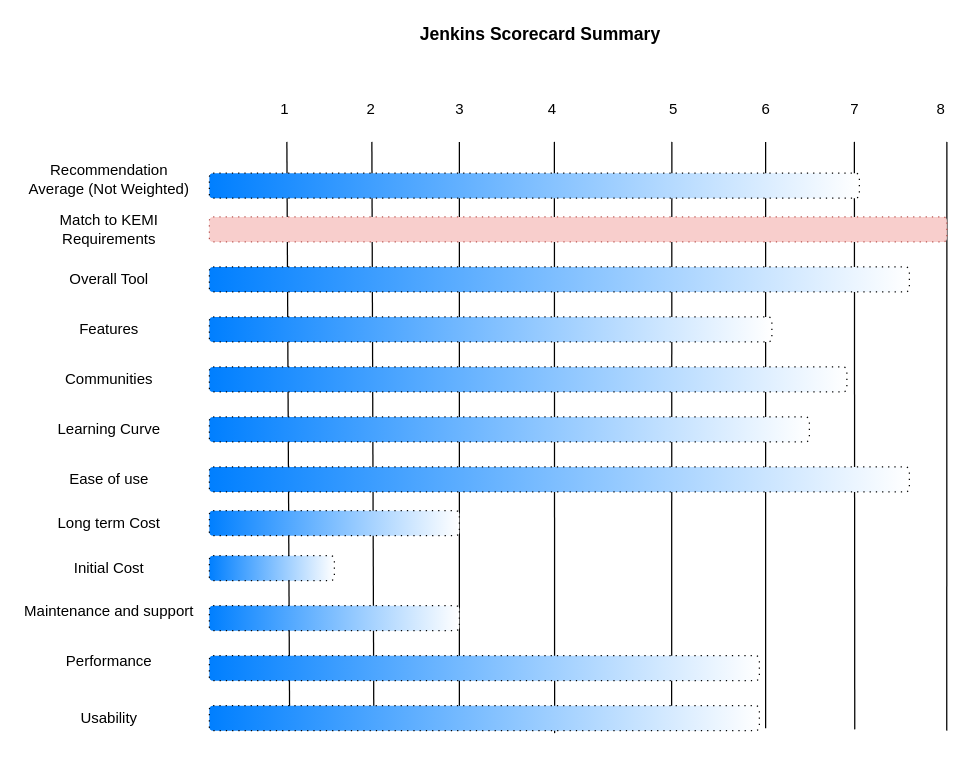
The draw.io diagram Untitled Diagram.drawio in bsk1072/Anand, before the edit. Source tidied: cells renumbered, new cells numbered last; positions are measured from the earlier drawing's top-left corner, leaving out a move shared by most shapes. Both pictures are drawn from the tidied source at 125%, with x=0, y=0 at pixel (21, 21).
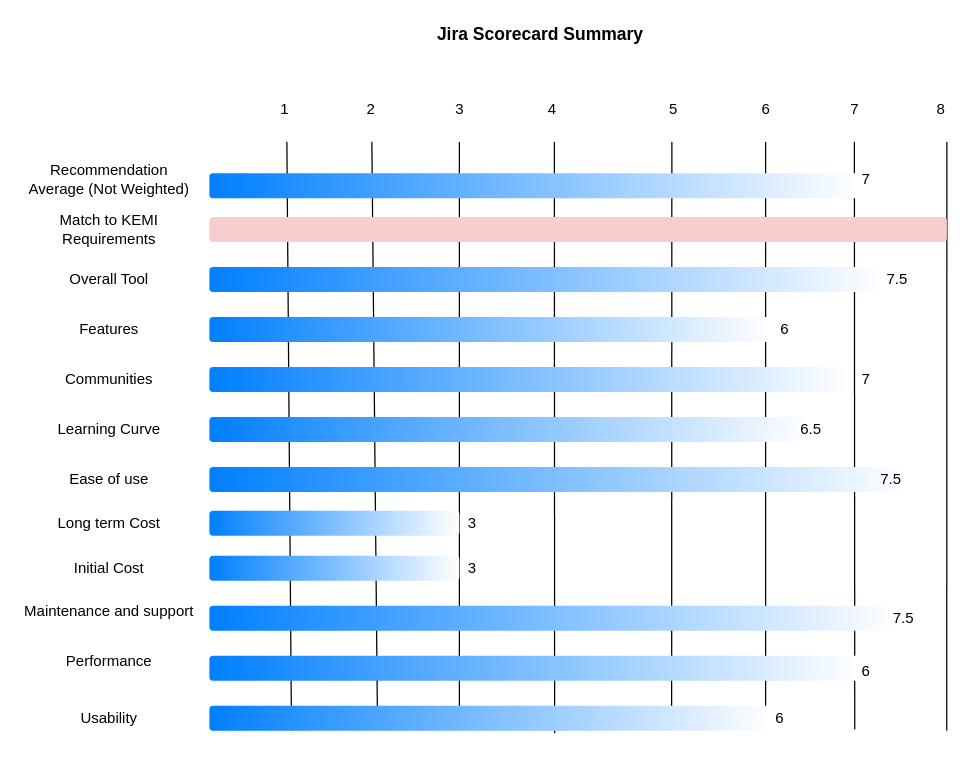
The same page after the edit.

The edit, as a diff of the source:
```diff
@@
-    <mxCell id="10" style="rounded=1;whiteSpace=wrap;html=1;labelBackgroundColor=#ffffff;gradientDirection=west;gradientColor=#007FFF;dashed=1;dashPattern=1 4;" parent="1" vertex="1">
+    <mxCell id="10" style="rounded=1;whiteSpace=wrap;html=1;labelBackgroundColor=#ffffff;gradientDirection=west;gradientColor=#007FFF;dashed=1;dashPattern=1 4;strokeColor=none;" parent="1" vertex="1">
       <mxGeometry x="150" y="121" width="520" height="20" as="geometry" />
     </mxCell>
@@
-    <mxCell id="19" style="rounded=1;whiteSpace=wrap;html=1;labelBackgroundColor=#ffffff;gradientDirection=west;dashed=1;dashPattern=1 4;fillColor=#f8cecc;strokeColor=#b85450;" parent="1" vertex="1">
+    <mxCell id="19" style="rounded=1;whiteSpace=wrap;html=1;labelBackgroundColor=#ffffff;gradientDirection=west;dashed=1;dashPattern=1 4;fillColor=#f8cecc;strokeColor=none;" parent="1" vertex="1">
       <mxGeometry x="150" y="156" width="590" height="20" as="geometry" />
     </mxCell>
-    <mxCell id="20" style="rounded=1;whiteSpace=wrap;html=1;labelBackgroundColor=#ffffff;gradientDirection=west;gradientColor=#007FFF;dashed=1;dashPattern=1 4;" parent="1" vertex="1">
-      <mxGeometry x="150" y="196" width="560" height="20" as="geometry" />
+    <mxCell id="20" style="rounded=1;whiteSpace=wrap;html=1;labelBackgroundColor=#ffffff;gradientDirection=west;gradientColor=#007FFF;dashed=1;dashPattern=1 4;strokeColor=none;" parent="1" vertex="1">
+      <mxGeometry x="150" y="196" width="540" height="20" as="geometry" />
     </mxCell>
-    <mxCell id="21" style="rounded=1;whiteSpace=wrap;html=1;labelBackgroundColor=#ffffff;gradientDirection=west;gradientColor=#007FFF;dashed=1;dashPattern=1 4;" parent="1" vertex="1">
+    <mxCell id="21" style="rounded=1;whiteSpace=wrap;html=1;labelBackgroundColor=#ffffff;gradientDirection=west;gradientColor=#007FFF;dashed=1;dashPattern=1 4;strokeColor=none;" parent="1" vertex="1">
       <mxGeometry x="150" y="236" width="450" height="20" as="geometry" />
     </mxCell>
-    <mxCell id="22" style="rounded=1;whiteSpace=wrap;html=1;labelBackgroundColor=#ffffff;gradientDirection=west;gradientColor=#007FFF;dashed=1;dashPattern=1 4;" parent="1" vertex="1">
+    <mxCell id="22" style="rounded=1;whiteSpace=wrap;html=1;labelBackgroundColor=#ffffff;gradientDirection=west;gradientColor=#007FFF;dashed=1;dashPattern=1 4;strokeColor=none;" parent="1" vertex="1">
       <mxGeometry x="150" y="276" width="510" height="20" as="geometry" />
     </mxCell>
-    <mxCell id="23" style="rounded=1;whiteSpace=wrap;html=1;labelBackgroundColor=#ffffff;gradientDirection=west;gradientColor=#007FFF;dashed=1;dashPattern=1 4;" parent="1" vertex="1">
+    <mxCell id="23" style="rounded=1;whiteSpace=wrap;html=1;labelBackgroundColor=#ffffff;gradientDirection=west;gradientColor=#007FFF;dashed=1;dashPattern=1 4;strokeColor=none;" parent="1" vertex="1">
       <mxGeometry x="150" y="316" width="480" height="20" as="geometry" />
     </mxCell>
-    <mxCell id="24" style="rounded=1;whiteSpace=wrap;html=1;labelBackgroundColor=#ffffff;gradientDirection=west;gradientColor=#007FFF;dashed=1;dashPattern=1 4;" parent="1" vertex="1">
+    <mxCell id="24" style="rounded=1;whiteSpace=wrap;html=1;labelBackgroundColor=#ffffff;gradientDirection=west;gradientColor=#007FFF;dashed=1;dashPattern=1 4;strokeColor=none;" parent="1" vertex="1">
       <mxGeometry x="150" y="356" width="560" height="20" as="geometry" />
     </mxCell>
-    <mxCell id="25" style="rounded=1;whiteSpace=wrap;html=1;labelBackgroundColor=#ffffff;gradientDirection=west;gradientColor=#007FFF;dashed=1;dashPattern=1 4;" parent="1" vertex="1">
+    <mxCell id="25" style="rounded=1;whiteSpace=wrap;html=1;labelBackgroundColor=#ffffff;gradientDirection=west;gradientColor=#007FFF;dashed=1;dashPattern=1 4;strokeColor=none;" parent="1" vertex="1">
       <mxGeometry x="150" y="391" width="200" height="20" as="geometry" />
     </mxCell>
@@
-    <mxCell id="30" style="rounded=1;whiteSpace=wrap;html=1;labelBackgroundColor=#ffffff;gradientDirection=west;gradientColor=#007FFF;dashed=1;dashPattern=1 4;" parent="1" vertex="1">
-      <mxGeometry x="150" y="427" width="100" height="20" as="geometry" />
+    <mxCell id="30" style="rounded=1;whiteSpace=wrap;html=1;labelBackgroundColor=#ffffff;gradientDirection=west;gradientColor=#007FFF;dashed=1;dashPattern=1 4;strokeColor=none;" parent="1" vertex="1">
+      <mxGeometry x="150" y="427" width="200" height="20" as="geometry" />
     </mxCell>
-    <mxCell id="31" style="rounded=1;whiteSpace=wrap;html=1;labelBackgroundColor=#ffffff;gradientDirection=west;gradientColor=#007FFF;dashed=1;dashPattern=1 4;" parent="1" vertex="1">
-      <mxGeometry x="150" y="467" width="200" height="20" as="geometry" />
+    <mxCell id="31" style="rounded=1;whiteSpace=wrap;html=1;labelBackgroundColor=#ffffff;gradientDirection=west;gradientColor=#007FFF;dashed=1;dashPattern=1 4;strokeColor=none;" parent="1" vertex="1">
+      <mxGeometry x="150" y="467" width="550" height="20" as="geometry" />
     </mxCell>
-    <mxCell id="32" style="rounded=1;whiteSpace=wrap;html=1;labelBackgroundColor=#ffffff;gradientDirection=west;gradientColor=#007FFF;dashed=1;dashPattern=1 4;" parent="1" vertex="1">
-      <mxGeometry x="150" y="507" width="440" height="20" as="geometry" />
+    <mxCell id="32" style="rounded=1;whiteSpace=wrap;html=1;labelBackgroundColor=#ffffff;gradientDirection=west;gradientColor=#007FFF;dashed=1;dashPattern=1 4;strokeColor=none;" parent="1" vertex="1">
+      <mxGeometry x="150" y="507" width="520" height="20" as="geometry" />
     </mxCell>
-    <mxCell id="33" style="rounded=1;whiteSpace=wrap;html=1;labelBackgroundColor=#ffffff;gradientDirection=west;gradientColor=#007FFF;dashed=1;dashPattern=1 4;" parent="1" vertex="1">
-      <mxGeometry x="150" y="547" width="440" height="20" as="geometry" />
+    <mxCell id="33" style="rounded=1;whiteSpace=wrap;html=1;labelBackgroundColor=#ffffff;gradientDirection=west;gradientColor=#007FFF;dashed=1;dashPattern=1 4;strokeColor=none;" parent="1" vertex="1">
+      <mxGeometry x="150" y="547" width="450" height="20" as="geometry" />
     </mxCell>
-    <mxCell id="34" value="&lt;b&gt;&lt;font style=&quot;font-size: 14px&quot;&gt;Jenkins Scorecard Summary&lt;/font&gt;&lt;/b&gt;" style="text;html=1;strokeColor=none;fillColor=none;align=center;verticalAlign=middle;whiteSpace=wrap;rounded=0;" parent="1" vertex="1">
+    <mxCell id="34" value="&lt;b&gt;&lt;font style=&quot;font-size: 14px&quot;&gt;Jira Scorecard Summary&lt;/font&gt;&lt;/b&gt;" style="text;html=1;strokeColor=none;fillColor=none;align=center;verticalAlign=middle;whiteSpace=wrap;rounded=0;" parent="1" vertex="1">
       <mxGeometry x="310" width="210" height="20" as="geometry" />
     </mxCell>
@@
+    <mxCell id="43" value="7" style="text;html=1;align=center;verticalAlign=middle;" parent="1" vertex="1">
+      <mxGeometry x="665" y="116" width="20" height="20" as="geometry" />
+    </mxCell>
+    <mxCell id="44" value="7.5" style="text;html=1;align=center;verticalAlign=middle;" parent="1" vertex="1">
+      <mxGeometry x="685" y="195.5" width="30" height="20" as="geometry" />
+    </mxCell>
+    <mxCell id="45" value="6" style="text;html=1;align=center;verticalAlign=middle;" parent="1" vertex="1">
+      <mxGeometry x="600" y="236" width="20" height="20" as="geometry" />
+    </mxCell>
+    <mxCell id="46" value="7" style="text;html=1;align=center;verticalAlign=middle;" parent="1" vertex="1">
+      <mxGeometry x="665" y="276" width="20" height="20" as="geometry" />
+    </mxCell>
+    <mxCell id="47" value="6.5" style="text;html=1;align=center;verticalAlign=middle;" parent="1" vertex="1">
+      <mxGeometry x="616" y="316" width="30" height="20" as="geometry" />
+    </mxCell>
+    <mxCell id="48" value="7.5" style="text;html=1;align=center;verticalAlign=middle;" parent="1" vertex="1">
+      <mxGeometry x="680" y="356" width="30" height="20" as="geometry" />
+    </mxCell>
+    <mxCell id="49" value="6" style="text;html=1;align=center;verticalAlign=middle;" parent="1" vertex="1">
+      <mxGeometry x="665" y="510" width="20" height="20" as="geometry" />
+    </mxCell>
+    <mxCell id="50" value="6" style="text;html=1;align=center;verticalAlign=middle;" parent="1" vertex="1">
+      <mxGeometry x="596" y="547" width="20" height="20" as="geometry" />
+    </mxCell>
+    <mxCell id="51" value="3" style="text;html=1;align=center;verticalAlign=middle;" parent="1" vertex="1">
+      <mxGeometry x="350" y="391" width="20" height="20" as="geometry" />
+    </mxCell>
+    <mxCell id="52" value="3" style="text;html=1;align=center;verticalAlign=middle;" parent="1" vertex="1">
+      <mxGeometry x="350" y="427" width="20" height="20" as="geometry" />
+    </mxCell>
+    <mxCell id="53" value="7.5" style="text;html=1;align=center;verticalAlign=middle;" parent="1" vertex="1">
+      <mxGeometry x="690" y="467" width="30" height="20" as="geometry" />
+    </mxCell>
```
